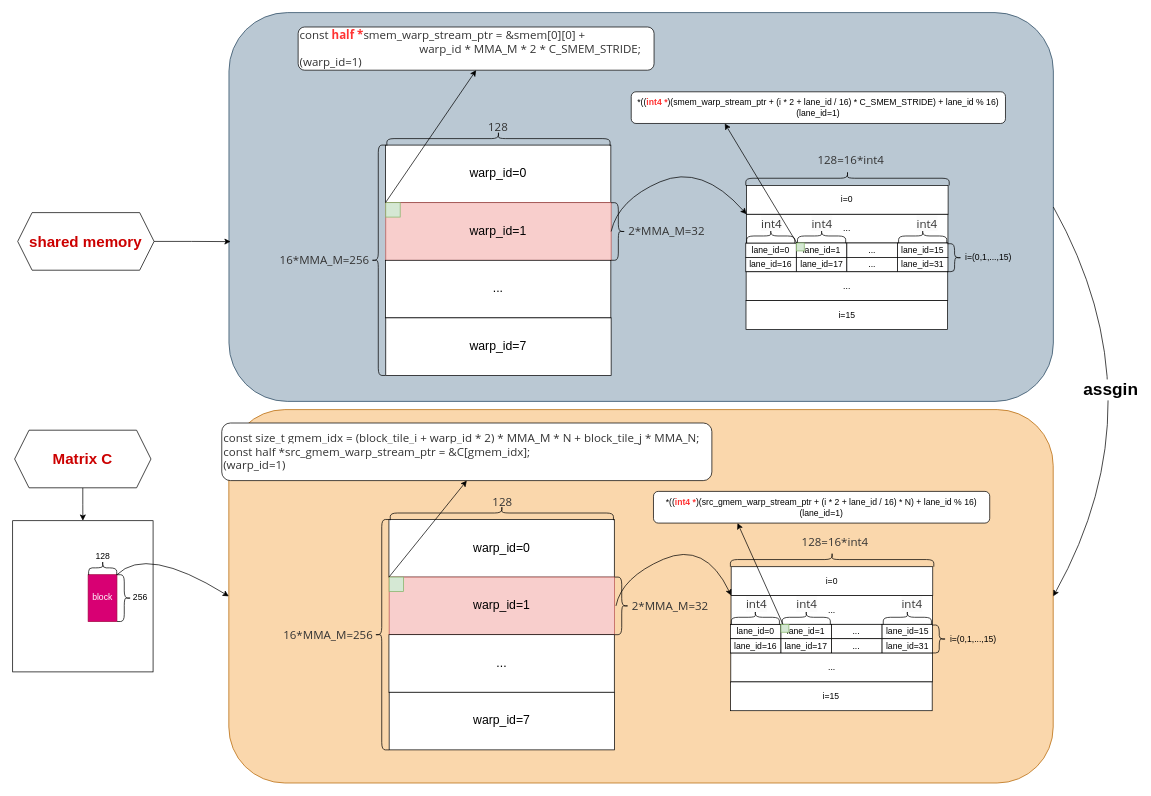
Before: docs/mma/mma_base/imgs/smem2gmem.drawio in raymond1123/hgemm, a draw.io diagram. Source tidied: cells renumbered, new cells numbered last; positions are measured from the earlier drawing's top-left corner, leaving out a move shared by most shapes. Both pictures are drawn from the tidied source at 72%, with x=0, y=0 at pixel (12, 12).
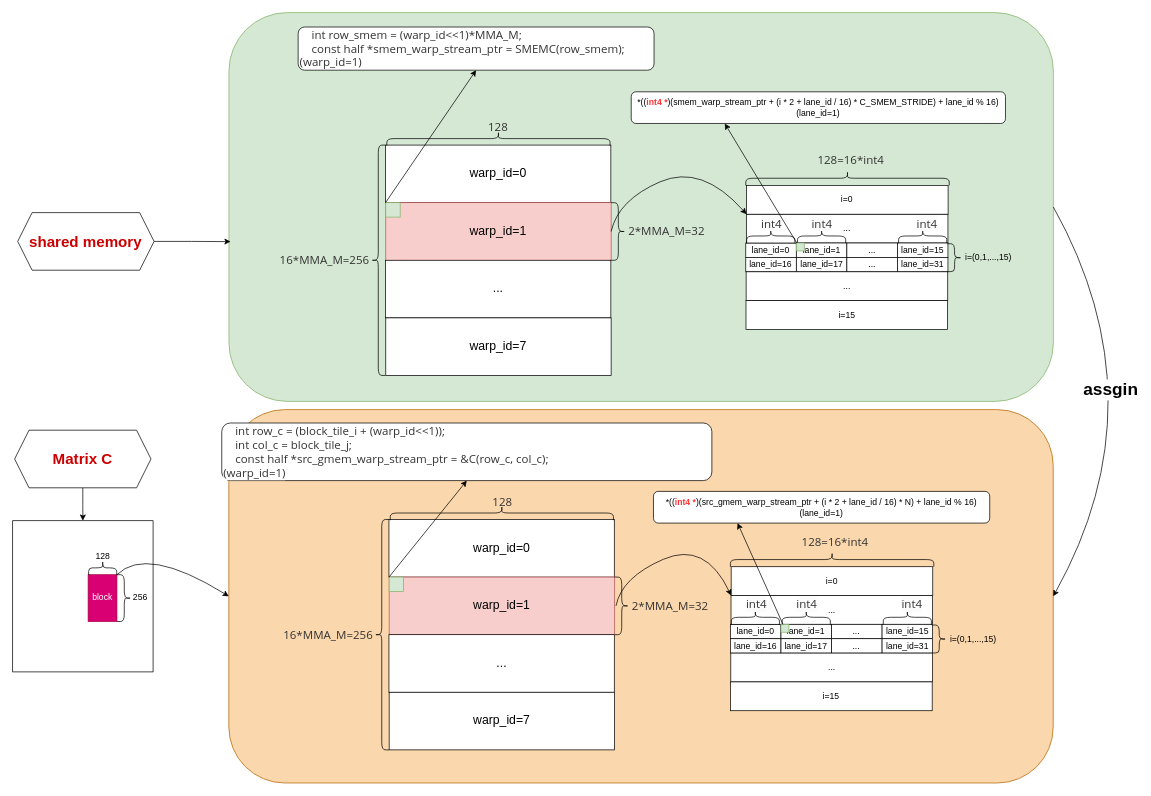
The same diagram, later.

Diff of the diagram source:
```diff
@@
-    <mxCell id="3" style="rounded=1;whiteSpace=wrap;html=1;fillColor=#bac8d3;strokeColor=#23445d;" parent="1" vertex="1">
+    <mxCell id="3" style="rounded=1;whiteSpace=wrap;html=1;fillColor=#d5e8d4;strokeColor=#82b366;" parent="1" vertex="1">
       <mxGeometry x="300.5" width="1145" height="540" as="geometry" />
     </mxCell>
-    <mxCell id="4" value="&lt;span class=&quot;md-plain md-expand&quot; style=&quot;box-sizing: border-box; caret-color: rgb(51, 51, 51); font-family: &amp;quot;Open Sans&amp;quot;, &amp;quot;Clear Sans&amp;quot;, &amp;quot;Helvetica Neue&amp;quot;, Helvetica, Arial, &amp;quot;Segoe UI Emoji&amp;quot;, sans-serif; font-size: 16px; orphans: 4; white-space-collapse: preserve; text-size-adjust: auto;&quot;&gt;&lt;font color=&quot;#333333&quot;&gt;const&lt;/font&gt;&lt;b style=&quot;&quot;&gt;&lt;font color=&quot;#ff3333&quot;&gt; half *&lt;/font&gt;&lt;/b&gt;&lt;font color=&quot;#333333&quot;&gt;smem_warp_stream_ptr = &amp;amp;smem[0][0] &lt;/font&gt;&lt;/span&gt;&lt;span class=&quot;md-plain&quot; style=&quot;box-sizing: border-box; caret-color: rgb(51, 51, 51); color: rgb(51, 51, 51); font-family: &amp;quot;Open Sans&amp;quot;, &amp;quot;Clear Sans&amp;quot;, &amp;quot;Helvetica Neue&amp;quot;, Helvetica, Arial, &amp;quot;Segoe UI Emoji&amp;quot;, sans-serif; font-size: 16px; orphans: 4; white-space-collapse: preserve; text-size-adjust: auto;&quot;&gt;+ &lt;/span&gt;&lt;div&gt;&lt;span class=&quot;md-plain&quot; style=&quot;box-sizing: border-box; caret-color: rgb(51, 51, 51); color: rgb(51, 51, 51); font-family: &amp;quot;Open Sans&amp;quot;, &amp;quot;Clear Sans&amp;quot;, &amp;quot;Helvetica Neue&amp;quot;, Helvetica, Arial, &amp;quot;Segoe UI Emoji&amp;quot;, sans-serif; font-size: 16px; orphans: 4; white-space-collapse: preserve; text-size-adjust: auto;&quot;&gt;&lt;span style=&quot;white-space: pre;&quot;&gt;&#9;&lt;/span&gt;&lt;span style=&quot;white-space: pre;&quot;&gt;&#9;&lt;/span&gt;&lt;span style=&quot;white-space: pre;&quot;&gt;&#9;&lt;/span&gt;&lt;span style=&quot;white-space: pre;&quot;&gt;&#9;&lt;/span&gt;&lt;span style=&quot;white-space: pre;&quot;&gt;&#9;&lt;/span&gt;warp_id * MMA_M * 2 * C_SMEM_STRIDE;&lt;/span&gt;&lt;/div&gt;&lt;div&gt;&lt;span class=&quot;md-plain&quot; style=&quot;box-sizing: border-box; caret-color: rgb(51, 51, 51); color: rgb(51, 51, 51); font-family: &amp;quot;Open Sans&amp;quot;, &amp;quot;Clear Sans&amp;quot;, &amp;quot;Helvetica Neue&amp;quot;, Helvetica, Arial, &amp;quot;Segoe UI Emoji&amp;quot;, sans-serif; font-size: 16px; orphans: 4; white-space-collapse: preserve; text-size-adjust: auto;&quot;&gt;(warp_id=1)&lt;/span&gt;&lt;/div&gt;" style="rounded=1;whiteSpace=wrap;html=1;align=left;" parent="1" vertex="1">
+    <mxCell id="4" value="&lt;div&gt;&lt;font color=&quot;#333333&quot; face=&quot;open sans, clear sans, helvetica neue, helvetica, arial, segoe ui emoji, sans-serif&quot;&gt;&lt;span style=&quot;font-size: 16px&quot;&gt;&amp;nbsp; &amp;nbsp; int row_smem = (warp_id&amp;lt;&amp;lt;1)*MMA_M;&lt;/span&gt;&lt;/font&gt;&lt;/div&gt;&lt;div&gt;&lt;span style=&quot;color: rgb(51 , 51 , 51) ; font-family: &amp;#34;open sans&amp;#34; , &amp;#34;clear sans&amp;#34; , &amp;#34;helvetica neue&amp;#34; , &amp;#34;helvetica&amp;#34; , &amp;#34;arial&amp;#34; , &amp;#34;segoe ui emoji&amp;#34; , sans-serif ; font-size: 16px&quot;&gt;&amp;nbsp; &amp;nbsp; const half *smem_warp_stream_ptr = SMEMC(row_smem);&lt;/span&gt;&lt;br&gt;&lt;/div&gt;&lt;div&gt;&lt;span class=&quot;md-plain&quot; style=&quot;box-sizing: border-box ; color: rgb(51 , 51 , 51) ; font-family: &amp;#34;open sans&amp;#34; , &amp;#34;clear sans&amp;#34; , &amp;#34;helvetica neue&amp;#34; , &amp;#34;helvetica&amp;#34; , &amp;#34;arial&amp;#34; , &amp;#34;segoe ui emoji&amp;#34; , sans-serif ; font-size: 16px&quot;&gt;(warp_id=1)&lt;/span&gt;&lt;/div&gt;" style="rounded=1;whiteSpace=wrap;html=1;align=left;" parent="1" vertex="1">
       <mxGeometry x="396.6" y="20" width="494.3" height="60" as="geometry" />
     </mxCell>
@@
-    <mxCell id="58" value="&lt;span style=&quot;caret-color: rgb(51, 51, 51); color: rgb(51, 51, 51); font-family: &amp;quot;Open Sans&amp;quot;, &amp;quot;Clear Sans&amp;quot;, &amp;quot;Helvetica Neue&amp;quot;, Helvetica, Arial, &amp;quot;Segoe UI Emoji&amp;quot;, sans-serif; font-size: 16px; orphans: 4; white-space-collapse: preserve; text-size-adjust: auto; background-color: rgb(255, 255, 255);&quot;&gt;const size_t gmem_idx = (block_tile_i + warp_id * 2) * MMA_M * N + block_tile_j * MMA_N;&lt;/span&gt;&lt;div&gt;&lt;div style=&quot;orphans: 4;&quot;&gt;&lt;span style=&quot;caret-color: rgb(51, 51, 51); color: rgb(51, 51, 51); font-family: &amp;quot;Open Sans&amp;quot;, &amp;quot;Clear Sans&amp;quot;, &amp;quot;Helvetica Neue&amp;quot;, Helvetica, Arial, &amp;quot;Segoe UI Emoji&amp;quot;, sans-serif; font-size: 16px; white-space-collapse: preserve; text-size-adjust: auto; background-color: rgb(255, 255, 255);&quot;&gt;const half *src_gmem_warp_stream_ptr = &amp;amp;C[gmem_idx];&lt;/span&gt;&lt;font face=&quot;Open Sans, Clear Sans, Helvetica Neue, Helvetica, Arial, Segoe UI Emoji, sans-serif&quot; color=&quot;#333333&quot;&gt;&lt;span style=&quot;font-size: 16px; caret-color: rgb(51, 51, 51); white-space-collapse: preserve;&quot;&gt;&lt;br&gt;&lt;/span&gt;&lt;/font&gt;&lt;/div&gt;&lt;div&gt;&lt;span style=&quot;caret-color: rgb(51, 51, 51); color: rgb(51, 51, 51); font-family: &amp;quot;Open Sans&amp;quot;, &amp;quot;Clear Sans&amp;quot;, &amp;quot;Helvetica Neue&amp;quot;, Helvetica, Arial, &amp;quot;Segoe UI Emoji&amp;quot;, sans-serif; font-size: 16px; orphans: 4; white-space-collapse: preserve; text-size-adjust: auto; background-color: rgb(255, 255, 255);&quot;&gt;(warp_id=1)&lt;/span&gt;&lt;/div&gt;&lt;/div&gt;" style="rounded=1;whiteSpace=wrap;html=1;align=left;" parent="1" vertex="1">
+    <mxCell id="58" value="&lt;div&gt;&lt;font color=&quot;#333333&quot; face=&quot;open sans, clear sans, helvetica neue, helvetica, arial, segoe ui emoji, sans-serif&quot;&gt;&lt;span style=&quot;font-size: 16px&quot;&gt;&amp;nbsp; &amp;nbsp; int row_c = (block_tile_i + (warp_id&amp;lt;&amp;lt;1));&lt;/span&gt;&lt;/font&gt;&lt;/div&gt;&lt;div&gt;&lt;font color=&quot;#333333&quot; face=&quot;open sans, clear sans, helvetica neue, helvetica, arial, segoe ui emoji, sans-serif&quot;&gt;&lt;span style=&quot;font-size: 16px&quot;&gt;&amp;nbsp; &amp;nbsp; int col_c = block_tile_j;&lt;/span&gt;&lt;/font&gt;&lt;/div&gt;&lt;div&gt;&lt;font color=&quot;#333333&quot; face=&quot;open sans, clear sans, helvetica neue, helvetica, arial, segoe ui emoji, sans-serif&quot;&gt;&lt;span style=&quot;font-size: 16px&quot;&gt;&amp;nbsp; &amp;nbsp; const half *src_gmem_warp_stream_ptr = &amp;amp;C(row_c, col_c);&lt;/span&gt;&lt;/font&gt;&lt;/div&gt;&lt;div&gt;&lt;div&gt;&lt;span style=&quot;color: rgb(51 , 51 , 51) ; font-family: &amp;#34;open sans&amp;#34; , &amp;#34;clear sans&amp;#34; , &amp;#34;helvetica neue&amp;#34; , &amp;#34;helvetica&amp;#34; , &amp;#34;arial&amp;#34; , &amp;#34;segoe ui emoji&amp;#34; , sans-serif ; font-size: 16px ; background-color: rgb(255 , 255 , 255)&quot;&gt;(warp_id=1)&lt;/span&gt;&lt;/div&gt;&lt;/div&gt;" style="rounded=1;whiteSpace=wrap;html=1;align=left;" parent="1" vertex="1">
       <mxGeometry x="290.5" y="570" width="680.7" height="80" as="geometry" />
     </mxCell>
```
